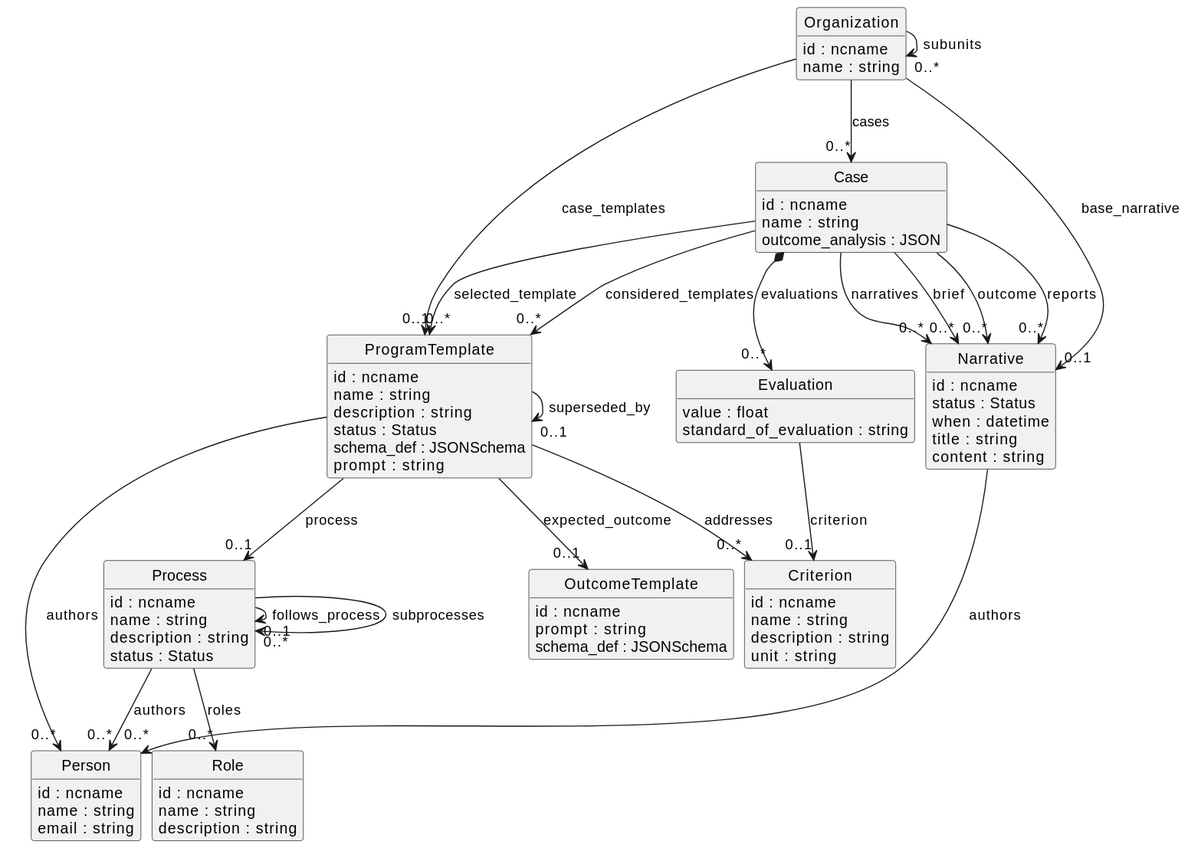
Before: schema.svg, a diagram exported from PlantUML (Existentialist-Robot/ProcesSieve).
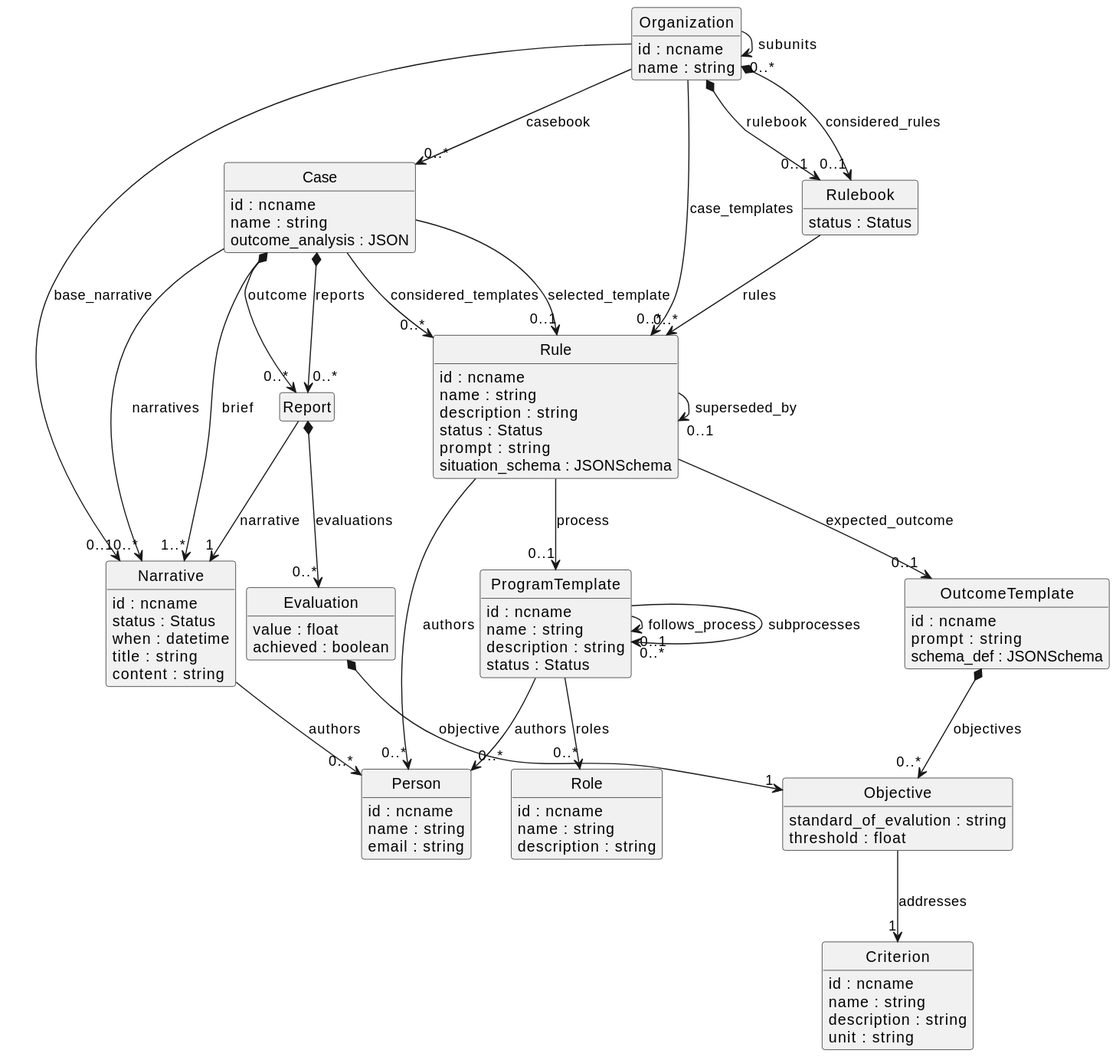
After the commit.

Commit message:
further schema changes

What changed in the source:
```diff
@@ -2,36 +2,34 @@
 skinparam nodesep 10
 hide circle
 hide empty members
-class "Process" [[{The actual process we will use to solve a given problem.}]] {
+class "Rulebook" [[{A set of rules}]] {
+    {field} status : Status
+}
+class "Rule" [[{The template that describes an entry in our best practice workbook, consisting of an (abstracted) situation we try to solve, and the process we intend to use to solve it.}]] {
     {field} id : ncname
     {field} name : string
     {field} description : string
     {field} status : Status
+    {field} prompt : string
+    {field} situation_schema : JSONSchema
 }
-class "Role" [[{A process involves certain actors playing certain roles in the process. This describes the roles.}]] {
+class "Organization" [[{An organization where persons work}]] {
     {field} id : ncname
     {field} name : string
-    {field} description : string
 }
-"Process" --> "0..*" "Role" : "roles"
-class "ProgramTemplate" [[{The template that describes an entry in our best practice workbook, consisting of an (abstracted) situation we try to solve, and the process we intend to use to solve it.}]] {
-    {field} id : ncname
-    {field} name : string
-    {field} description : string
-    {field} status : Status
-    {field} schema_def : JSONSchema
-    {field} prompt : string
-}
+"Rulebook" --> "0..*" "Rule" : "rules"
+"Organization" *--> "0..1" "Rulebook" : "considered_rules"
+"Organization" *--> "0..1" "Rulebook" : "rulebook"
 class "OutcomeTemplate" [[{A template that describes a category of outcome we expect at the end of a ProcessTemplate, and especially the criteria we intend to measure at the end of the process.}]] {
     {field} id : ncname
     {field} prompt : string
     {field} schema_def : JSONSchema
 }
-class "Criterion" [[{A description of a criterion by which outcomes will be evaluated. E.g. A KPI is a Criterion.}]] {
+class "ProgramTemplate" [[{The actual process we will use to solve a given problem.}]] {
     {field} id : ncname
     {field} name : string
     {field} description : string
-    {field} unit : string
+    {field} status : Status
 }
 class "Person" [[{A person involved in a process}]] {
     {field} id : ncname
@@ -43,40 +41,57 @@
     {field} name : string
     {field} outcome_analysis : JSON
 }
-class "Organization" [[{An organization where persons work}]] {
+"Rule" --> "0..1" "Rule" : "superseded_by"
+"Rule" --> "0..1" "OutcomeTemplate" : "expected_outcome"
+"Rule" --> "0..1" "ProgramTemplate" : "process"
+"Rule" --> "0..*" "Person" : "authors"
+"Case" --> "0..*" "Rule" : "considered_templates"
+"Case" --> "0..1" "Rule" : "selected_template"
+"Organization" --> "0..*" "Rule" : "case_templates"
+class "Role" [[{A process involves certain actors playing certain roles in the process. This describes the roles.}]] {
     {field} id : ncname
     {field} name : string
+    {field} description : string
 }
-"ProgramTemplate" --> "0..1" "ProgramTemplate" : "superseded_by"
-"ProgramTemplate" --> "0..1" "OutcomeTemplate" : "expected_outcome"
-"ProgramTemplate" --> "0..*" "Criterion" : "addresses"
-"ProgramTemplate" --> "0..1" "Process" : "process"
-"ProgramTemplate" --> "0..*" "Person" : "authors"
-"Case" --> "0..*" "ProgramTemplate" : "considered_templates"
-"Case" --> "0..1" "ProgramTemplate" : "selected_template"
-"Organization" --> "0..*" "ProgramTemplate" : "case_templates"
-"Process" --> "0..1" "Process" : "follows_process"
-"Process" --> "0..*" "Process" : "subprocesses"
-"Process" --> "0..*" "Person" : "authors"
-class "Narrative" [[{A narrative description of either a concrete or abstracted Case or Process. There can be many narratives.}]] {
+"ProgramTemplate" --> "0..*" "Role" : "roles"
+class "Report" [[{A report contains a narrative and evaluations}]] {
+
+}
+class "Evaluation" [[{The evaluation of an outcome with respect to one of the Program's Criteria}]] {
+    {field} value : float
+    {field} achieved : boolean
+}
+class "Narrative" [[{A narrative description of either a concrete or abstracted Case or ProgramTemplate. There can be many narratives.}]] {
     {field} id : ncname
     {field} status : Status
     {field} when : datetime
     {field} title : string
     {field} content : string
 }
+"Report" *--> "0..*" "Evaluation" : "evaluations"
+"Report" --> "1" "Narrative" : "narrative"
+"Case" *--> "0..*" "Report" : "outcome"
+"Case" *--> "0..*" "Report" : "reports"
+"ProgramTemplate" --> "0..1" "ProgramTemplate" : "follows_process"
+"ProgramTemplate" --> "0..*" "ProgramTemplate" : "subprocesses"
+"ProgramTemplate" --> "0..*" "Person" : "authors"
 "Narrative" --> "0..*" "Person" : "authors"
-"Organization" --> "0..*" "Case" : "cases"
+class "Objective" [[{None}]] {
+    {field} standard_of_evalution : string
+    {field} threshold : float
+}
+"OutcomeTemplate" *--> "0..*" "Objective" : "objectives"
+"Organization" --> "0..*" "Case" : "casebook"
 "Organization" --> "0..*" "Organization" : "subunits"
 "Organization" --> "0..1" "Narrative" : "base_narrative"
-"Case" --> "0..*" "Narrative" : "brief"
-"Case" --> "0..*" "Narrative" : "outcome"
-"Case" --> "0..*" "Narrative" : "reports"
+class "Criterion" [[{A description of a criterion by which outcomes will be evaluated. E.g. A KPI is a Criterion.}]] {
+    {field} id : ncname
+    {field} name : string
+    {field} description : string
+    {field} unit : string
+}
+"Objective" --> "1" "Criterion" : "addresses"
+"Evaluation" *--> "1" "Objective" : "objective"
+"Case" --> "1..*" "Narrative" : "brief"
 "Case" --> "0..*" "Narrative" : "narratives"
-class "Evaluation" [[{The evaluation of an outcome with respect to one of the Program's Criteria}]] {
-    {field} value : float
-    {field} standard_of_evaluation : string
-}
-"Evaluation" --> "0..1" "Criterion" : "criterion"
-"Case" *--> "0..*" "Evaluation" : "evaluations"
 @enduml
```
